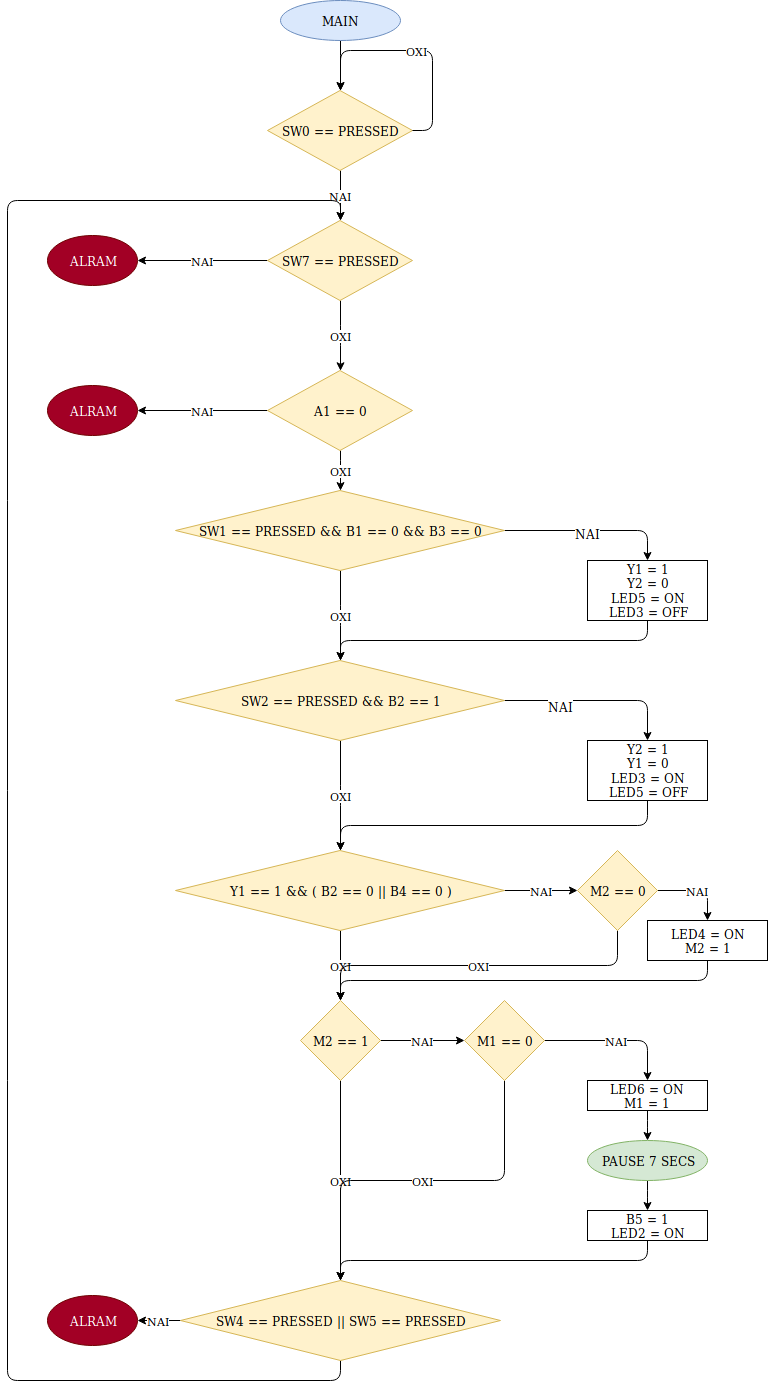
Above: draw.io/main.png in akdimitri/Microprocessors-and-Peripherals-Lab-Project (draw.io), before the change. Source tidied: cells renumbered, new cells last; positions are measured from the earlier drawing's top-left corner, leaving out a move shared by most shapes.
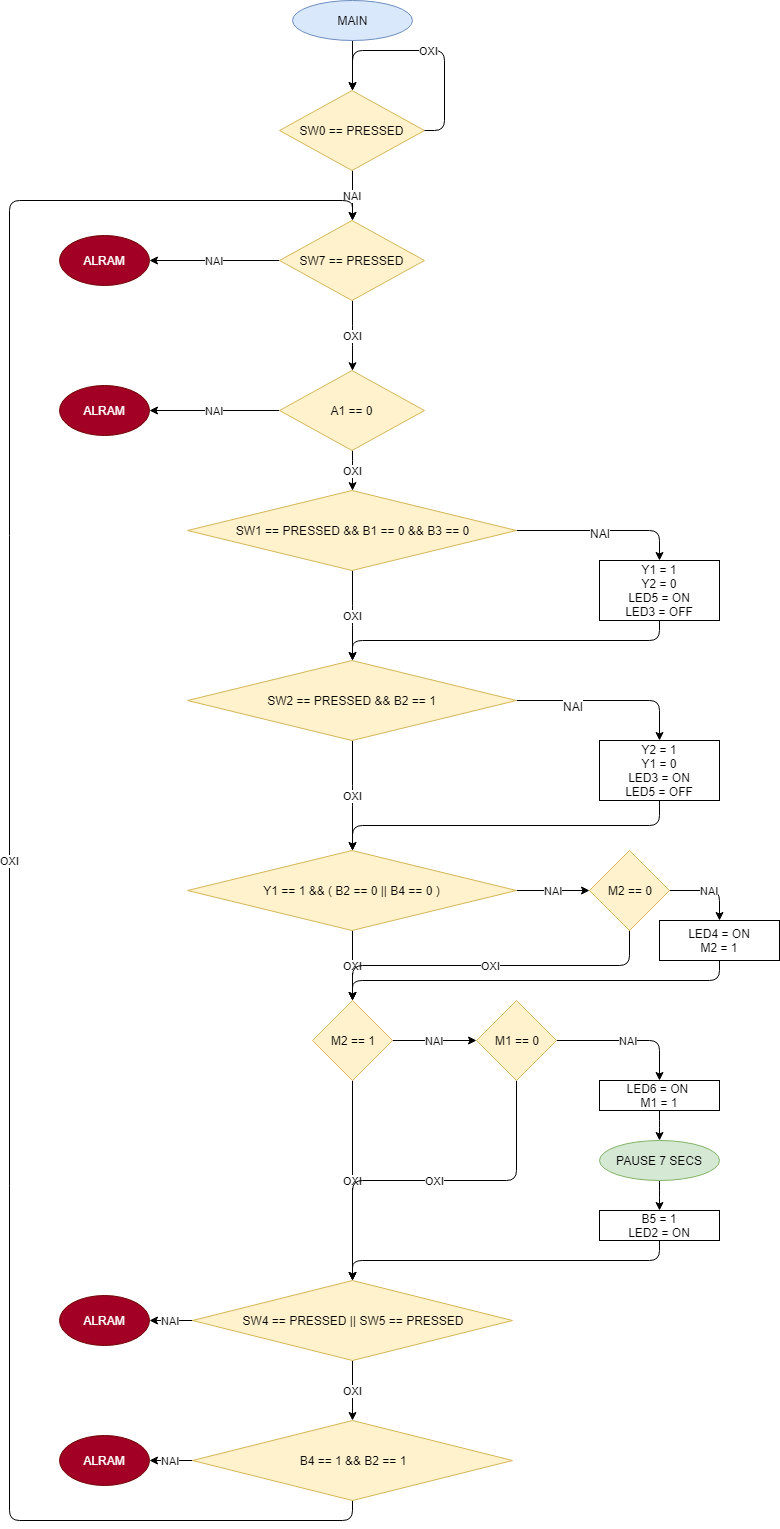
After the commit.

What changed in the source:
```diff
@@ -150,16 +150,9 @@
     <mxCell id="45" value="ΝΑΙ" style="edgeStyle=orthogonalEdgeStyle;rounded=1;jettySize=auto;html=1;exitX=0;exitY=0.5;exitDx=0;exitDy=0;entryX=1;entryY=0.5;entryDx=0;entryDy=0;" parent="1" edge="1" source="47" target="48">
       <mxGeometry relative="1" as="geometry" />
     </mxCell>
-    <mxCell id="46" style="edgeStyle=orthogonalEdgeStyle;rounded=1;jettySize=auto;html=1;exitX=0.5;exitY=1;exitDx=0;exitDy=0;entryX=0.5;entryY=0;entryDx=0;entryDy=0;" parent="1" edge="1" source="47" target="6">
-      <mxGeometry relative="1" as="geometry">
-        <Array as="points">
-          <mxPoint x="333" y="1380" />
-          <mxPoint y="1380" />
-          <mxPoint y="200" />
-          <mxPoint x="333" y="200" />
-        </Array>
-      </mxGeometry>
-    </mxCell>
+    <mxCell id="51" value="ΟΧΙ" style="edgeStyle=orthogonalEdgeStyle;rounded=0;jettySize=auto;html=1;exitX=0.5;exitY=1;exitDx=0;exitDy=0;" parent="1" edge="1" source="47" target="54">
+      <mxGeometry relative="1" as="geometry" />
+    </mxCell>
     <mxCell id="47" value="SW4 == PRESSED || SW5 == PRESSED" style="rhombus;whiteSpace=wrap;html=1;fillColor=#fff2cc;strokeColor=#d6b656;" parent="1" vertex="1">
       <mxGeometry x="173" y="1280" width="320" height="80" as="geometry" />
     </mxCell>
@@ -172,5 +165,24 @@
     <mxCell id="50" value="ΜΑΙΝ" style="ellipse;whiteSpace=wrap;html=1;fillColor=#dae8fc;strokeColor=#6c8ebf;" parent="1" vertex="1">
       <mxGeometry x="272.5" width="120" height="40" as="geometry" />
     </mxCell>
+    <mxCell id="52" value="ΝΑΙ" style="edgeStyle=orthogonalEdgeStyle;rounded=0;jettySize=auto;html=1;exitX=0;exitY=0.5;exitDx=0;exitDy=0;" parent="1" edge="1" source="54" target="55">
+      <mxGeometry relative="1" as="geometry" />
+    </mxCell>
+    <mxCell id="53" value="ΟΧΙ" style="edgeStyle=orthogonalEdgeStyle;rounded=1;jettySize=auto;html=1;exitX=0.5;exitY=1;exitDx=0;exitDy=0;entryX=0.5;entryY=0;entryDx=0;entryDy=0;" parent="1" edge="1" source="54" target="6">
+      <mxGeometry relative="1" as="geometry">
+        <Array as="points">
+          <mxPoint x="333" y="1520" />
+          <mxPoint x="-10" y="1520" />
+          <mxPoint x="-10" y="200" />
+          <mxPoint x="333" y="200" />
+        </Array>
+      </mxGeometry>
+    </mxCell>
+    <mxCell id="54" value="B4 == 1 &amp;amp;&amp;amp; B2 == 1" style="rhombus;whiteSpace=wrap;html=1;fillColor=#fff2cc;strokeColor=#d6b656;" parent="1" vertex="1">
+      <mxGeometry x="173" y="1420" width="320" height="80" as="geometry" />
+    </mxCell>
+    <mxCell id="55" value="ALRAM" style="ellipse;whiteSpace=wrap;html=1;fillColor=#a20025;strokeColor=#6F0000;fontColor=#ffffff;" parent="1" vertex="1">
+      <mxGeometry x="40" y="1435" width="90" height="50" as="geometry" />
+    </mxCell>
   </root>
 </mxGraphModel>
```
